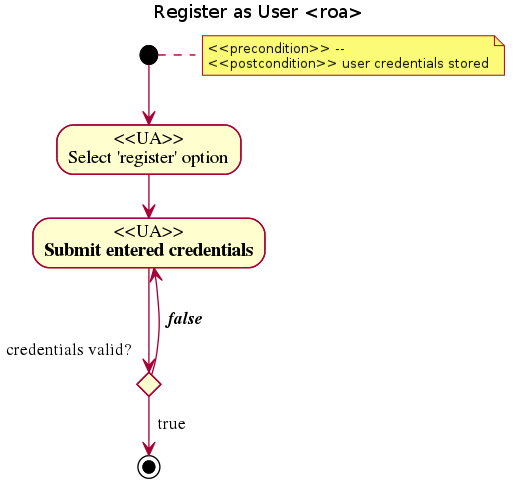
Earlier version of the PlantUML export images/gsoc/2012/bugpile/register-as-user-uml-roa.png (bzg/worg).
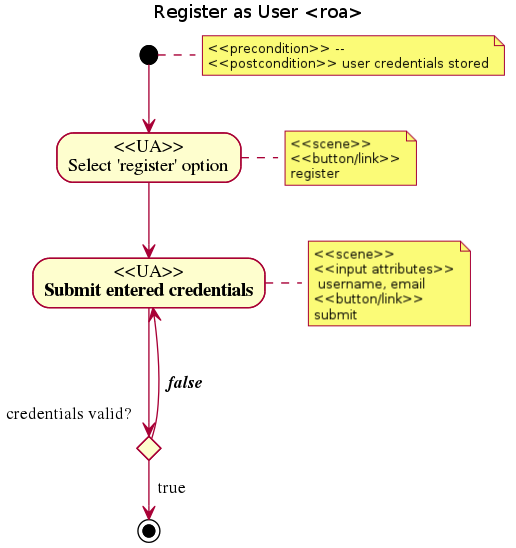
After the change.

Commit message:
[gsoc12] scenes added to edit-user-details and register-as-user uml diagrams in i.org.

Diff of the diagram source:
```diff
@@ -2,8 +2,10 @@
 title Register as User <roa>
 note right: <<precondition>> -- \n<<postcondition>> user credentials stored
 (*) -->  "<<UA>>\nSelect 'register' option"
---> "<<UA>>\nSubmit entered credentials"
-if "credentials valid?                                   " then
+  note right: <<scene>>\n<<button/link>>\nregister
+  --> "<<UA>>\nSubmit entered credentials"
+  note right: <<scene>>\n<<input attributes>>\n username, email\n<<button/link>>\nsubmit
+  if "credentials valid?                                   " then
   --> [  true]  (*)
 else
   ---> [  false] "<<UA>>\nSubmit entered credentials"
```
